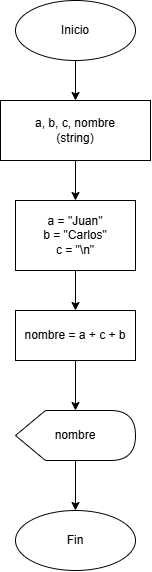
The draw.io diagram chapter5/dfd/dfd5.12.5_1.png in UPclopezpAalgorithmsBook/solutions, before a commit. Source tidied: cells renumbered, new cells last; positions are measured from the earlier drawing's top-left corner, leaving out a move shared by most shapes. The source it was exported from:
```xml
<mxGraphModel>
  <root>
    <mxCell id="0" />
    <mxCell id="1" parent="0" />
    <mxCell id="2" parent="1" edge="1" source="x">
      <mxGeometry relative="1" as="geometry">
        <mxPoint x="60" y="420" as="targetPoint" />
        <Array as="points">
          <mxPoint y="530" />
          <mxPoint y="420" />
        </Array>
      </mxGeometry>
    </mxCell>
    <mxCell id="3" value="Inicio" style="ellipse;whiteSpace=wrap;html=1;" parent="1" vertex="1">
      <mxGeometry x="60" width="120" height="60" as="geometry" />
    </mxCell>
    <mxCell id="4" value="a, b, c, nombre&lt;br&gt;(string)" style="rounded=0;whiteSpace=wrap;html=1;" parent="1" vertex="1">
      <mxGeometry x="45" y="100" width="150" height="60" as="geometry" />
    </mxCell>
    <mxCell id="5" value="a = &quot;Juan&quot;&lt;br&gt;b = &quot;Carlos&quot;&lt;br&gt;c = &quot;\n&quot;" style="rounded=0;whiteSpace=wrap;html=1;" parent="1" vertex="1">
      <mxGeometry x="60" y="200" width="120" height="70" as="geometry" />
    </mxCell>
    <mxCell id="6" value="nombre = a + c + b" style="rounded=0;whiteSpace=wrap;html=1;" parent="1" vertex="1">
      <mxGeometry x="60" y="310" width="120" height="50" as="geometry" />
    </mxCell>
    <mxCell id="7" value="nombre" style="shape=display;whiteSpace=wrap;html=1;" parent="1" vertex="1">
      <mxGeometry x="60" y="410" width="120" height="50" as="geometry" />
    </mxCell>
    <mxCell id="8" value="Fin" style="ellipse;whiteSpace=wrap;html=1;" parent="1" vertex="1">
      <mxGeometry x="60" y="510" width="120" height="60" as="geometry" />
    </mxCell>
    <mxCell id="9" parent="1" edge="1" source="3" target="4">
      <mxGeometry relative="1" as="geometry" />
    </mxCell>
    <mxCell id="10" parent="1" edge="1" source="4" target="5">
      <mxGeometry relative="1" as="geometry" />
    </mxCell>
    <mxCell id="11" parent="1" edge="1" source="5" target="6">
      <mxGeometry relative="1" as="geometry" />
    </mxCell>
    <mxCell id="12" parent="1" edge="1" source="6" target="7">
      <mxGeometry relative="1" as="geometry" />
    </mxCell>
    <mxCell id="13" parent="1" edge="1" source="7" target="8">
      <mxGeometry relative="1" as="geometry" />
    </mxCell>
  </root>
</mxGraphModel>
```
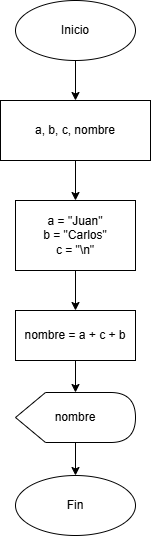
After the commit.

What changed in the source:
```diff
@@ -2,7 +2,7 @@
   <root>
     <mxCell id="0" />
     <mxCell id="1" parent="0" />
-    <mxCell id="2" parent="1" edge="1" source="x">
+    <mxCell id="2" parent="1" edge="1">
       <mxGeometry relative="1" as="geometry">
         <mxPoint x="60" y="420" as="targetPoint" />
         <Array as="points">
@@ -11,12 +11,21 @@
         </Array>
       </mxGeometry>
     </mxCell>
+    <mxCell id="14" style="endArrow=classic;html=1;exitX=0;exitY=0.5;exitDx=0;exitDy=0;entryX=0;entryY=0.5;entryDx=0;entryDy=0;" parent="1" edge="1">
+      <mxGeometry relative="1" as="geometry">
+        <mxPoint x="60" y="240" as="targetPoint" />
+        <Array as="points">
+          <mxPoint y="480" />
+          <mxPoint y="240" />
+        </Array>
+      </mxGeometry>
+    </mxCell>
     <mxCell id="3" value="Inicio" style="ellipse;whiteSpace=wrap;html=1;" parent="1" vertex="1">
       <mxGeometry x="60" width="120" height="60" as="geometry" />
     </mxCell>
-    <mxCell id="4" value="a, b, c, nombre&lt;br&gt;(string)" style="rounded=0;whiteSpace=wrap;html=1;" parent="1" vertex="1">
-      <mxGeometry x="45" y="100" width="150" height="60" as="geometry" />
-    </mxCell>
+    <mxCell id="15" value="a, b, c, nombre" style="rounded=0;whiteSpace=wrap;html=1;" parent="1" vertex="1">
+      <mxGeometry x="45" y="100" width="150" height="60" as="geometry" />
+    </mxCell>
     <mxCell id="5" value="a = &quot;Juan&quot;&lt;br&gt;b = &quot;Carlos&quot;&lt;br&gt;c = &quot;\n&quot;" style="rounded=0;whiteSpace=wrap;html=1;" parent="1" vertex="1">
       <mxGeometry x="60" y="200" width="120" height="70" as="geometry" />
     </mxCell>
@@ -24,17 +33,17 @@
       <mxGeometry x="60" y="310" width="120" height="50" as="geometry" />
     </mxCell>
     <mxCell id="7" value="nombre" style="shape=display;whiteSpace=wrap;html=1;" parent="1" vertex="1">
-      <mxGeometry x="60" y="410" width="120" height="50" as="geometry" />
+      <mxGeometry x="60" y="392" width="120" height="50" as="geometry" />
     </mxCell>
     <mxCell id="8" value="Fin" style="ellipse;whiteSpace=wrap;html=1;" parent="1" vertex="1">
-      <mxGeometry x="60" y="510" width="120" height="60" as="geometry" />
+      <mxGeometry x="60" y="475" width="120" height="60" as="geometry" />
     </mxCell>
-    <mxCell id="9" parent="1" edge="1" source="3" target="4">
-      <mxGeometry relative="1" as="geometry" />
-    </mxCell>
-    <mxCell id="10" parent="1" edge="1" source="4" target="5">
-      <mxGeometry relative="1" as="geometry" />
-    </mxCell>
+    <mxCell id="16" parent="1" edge="1" source="3" target="15">
+      <mxGeometry relative="1" as="geometry" />
+    </mxCell>
+    <mxCell id="17" parent="1" edge="1" source="15" target="5">
+      <mxGeometry relative="1" as="geometry" />
+    </mxCell>
     <mxCell id="11" parent="1" edge="1" source="5" target="6">
       <mxGeometry relative="1" as="geometry" />
     </mxCell>
```
